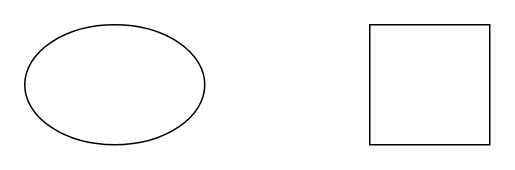
Before: page "Conception" (1 of 2) of Diagramme sans nom.drawio in matteorzl/FilRouge, a draw.io diagram. Source tidied: cells renumbered, new cells numbered last; positions are measured from the earlier drawing's top-left corner, leaving out a move shared by most shapes. Both pictures are drawn from the tidied source at 150%, with x=0, y=0 at pixel (24, 24).
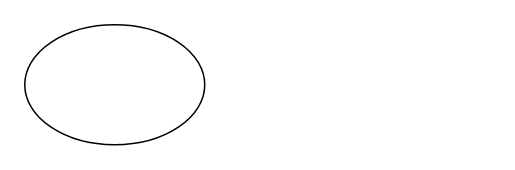
The same diagram, later.

Commit message:
Mettre à jour Diagramme sans nom.drawio

Change to the diagram source:
```diff
@@
 <mxGraphModel>
   <root>
     <mxCell id="0" />
     <mxCell id="1" parent="0" />
-    <mxCell id="2" style="whiteSpace=wrap;html=1;" parent="1" vertex="1">
-      <mxGeometry x="230" width="80" height="80" as="geometry" />
-    </mxCell>
     <mxCell id="3" style="ellipse;whiteSpace=wrap;html=1;" parent="1" vertex="1">
       <mxGeometry width="120" height="80" as="geometry" />
     </mxCell>
   </root>
 </mxGraphModel>
```
